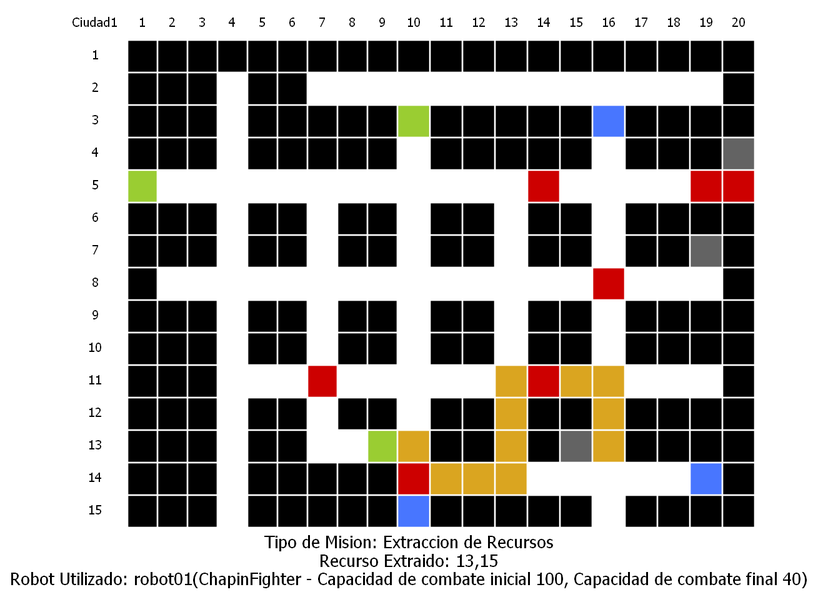
Before: MapasOperados/MisionExtracciondeRecursos_Ciudad1.png, a diagram exported from Graphviz (rodrialeh01/IPC2_Proyecto2_201900042). Its source is kept beside it as MapasOperados/MisionExtracciondeRecursos_Ciudad1.dot. The source it was exported from:
```dot
digraph structs {
	node [shape=plaintext]
	patron [fontname="Roboto Condensed"fontsize="15pt", label=<
<TABLE BORDER="0" CELLBORDER="0" CELLSPACING="2" CELLPADDING="10">
<TR>
    <TD border="0">Ciudad1</TD><TD border="0">1</TD><TD border="0">2</TD><TD border="0">3</TD><TD border="0">4</TD><TD border="0">5</TD><TD border="0">6</TD><TD border="0">7</TD><TD border="0">8</TD><TD border="0">9</TD><TD border="0">10</TD><TD border="0">11</TD><TD border="0">12</TD><TD border="0">13</TD><TD border="0">14</TD><TD border="0">15</TD><TD border="0">16</TD><TD border="0">17</TD><TD border="0">18</TD><TD border="0">19</TD><TD border="0">20</TD>
</TR>
<TR>
        <TD border="0">1</TD>
<TD bgcolor="black">   </TD>
<TD bgcolor="black">   </TD>
<TD bgcolor="black">   </TD>
<TD bgcolor="black">   </TD>
<TD bgcolor="black">   </TD>
<TD bgcolor="black">   </TD>
<TD bgcolor="black">   </TD>
<TD bgcolor="black">   </TD>
<TD bgcolor="black">   </TD>
<TD bgcolor="black">   </TD>
<TD bgcolor="black">   </TD>
<TD bgcolor="black">   </TD>
<TD bgcolor="black">   </TD>
<TD bgcolor="black">   </TD>
<TD bgcolor="black">   </TD>
<TD bgcolor="black">   </TD>
<TD bgcolor="black">   </TD>
<TD bgcolor="black">   </TD>
<TD bgcolor="black">   </TD>
<TD bgcolor="black">   </TD></TR>
<TR>
        <TD border="0">2</TD>
<TD bgcolor="black">   </TD>
<TD bgcolor="black">   </TD>
<TD bgcolor="black">   </TD>
<TD>   </TD>
<TD bgcolor="black">   </TD>
<TD bgcolor="black">   </TD>
<TD>   </TD>
<TD>   </TD>
<TD>   </TD>
<TD>   </TD>
<TD>   </TD>
<TD>   </TD>
<TD>   </TD>
<TD>   </TD>
<TD>   </TD>
<TD>   </TD>
<TD>   </TD>
<TD>   </TD>
<TD>   </TD>
<TD bgcolor="black">   </TD></TR>
<TR>
        <TD border="0">3</TD>
<TD bgcolor="black">   </TD>
<TD bgcolor="black">   </TD>
<TD bgcolor="black">   </TD>
<TD>   </TD>
<TD bgcolor="black">   </TD>
<TD bgcolor="black">   </TD>
<TD bgcolor="black">   </TD>
<TD bgcolor="black">   </TD>
<TD bgcolor="black">   </TD>
<TD bgcolor="yellowgreen">   </TD>
<TD bgcolor="black">   </TD>
<TD bgcolor="black">   </TD>
<TD bgcolor="black">   </TD>
<TD bgcolor="black">   </TD>
<TD bgcolor="black">   </TD>
<TD bgcolor="royalblue1">   </TD>
<TD bgcolor="black">   </TD>
<TD bgcolor="black">   </TD>
<TD bgcolor="black">   </TD>
<TD bgcolor="black">   </TD></TR>
<TR>
        <TD border="0">4</TD>
<TD bgcolor="black">   </TD>
<TD bgcolor="black">   </TD>
<TD bgcolor="black">   </TD>
<TD>   </TD>
<TD bgcolor="black">   </TD>
<TD bgcolor="black">   </TD>
<TD bgcolor="black">   </TD>
<TD bgcolor="black">   </TD>
<TD bgcolor="black">   </TD>
<TD>   </TD>
<TD bgcolor="black">   </TD>
<TD bgcolor="black">   </TD>
<TD bgcolor="black">   </TD>
<TD bgcolor="black">   </TD>
<TD bgcolor="black">   </TD>
<TD>   </TD>
<TD bgcolor="black">   </TD>
<TD bgcolor="black">   </TD>
<TD bgcolor="black">   </TD>
<TD bgcolor="grey39">   </TD></TR>
<TR>
        <TD border="0">5</TD>
<TD bgcolor="yellowgreen">   </TD>
<TD>   </TD>
<TD>   </TD>
<TD>   </TD>
<TD>   </TD>
<TD>   </TD>
<TD>   </TD>
<TD>   </TD>
<TD>   </TD>
<TD>   </TD>
<TD>   </TD>
<TD>   </TD>
<TD>   </TD>
<TD bgcolor="red3">   </TD>
<TD>   </TD>
<TD>   </TD>
<TD>   </TD>
<TD>   </TD>
<TD bgcolor="red3">   </TD>
<TD bgcolor="red3">   </TD></TR>
<TR>
        <TD border="0">6</TD>
<TD bgcolor="black">   </TD>
<TD bgcolor="black">   </TD>
<TD bgcolor="black">   </TD>
<TD>   </TD>
<TD bgcolor="black">   </TD>
<TD bgcolor="black">   </TD>
<TD>   </TD>
<TD bgcolor="black">   </TD>
<TD bgcolor="black">   </TD>
<TD>   </TD>
<TD bgcolor="black">   </TD>
<TD bgcolor="black">   </TD>
<TD>   </TD>
<TD bgcolor="black">   </TD>
<TD bgcolor="black">   </TD>
<TD>   </TD>
<TD bgcolor="black">   </TD>
<TD bgcolor="black">   </TD>
<TD bgcolor="black">   </TD>
<TD bgcolor="black">   </TD></TR>
<TR>
        <TD border="0">7</TD>
<TD bgcolor="black">   </TD>
<TD bgcolor="black">   </TD>
<TD bgcolor="black">   </TD>
<TD>   </TD>
<TD bgcolor="black">   </TD>
<TD bgcolor="black">   </TD>
<TD>   </TD>
<TD bgcolor="black">   </TD>
<TD bgcolor="black">   </TD>
<TD>   </TD>
<TD bgcolor="black">   </TD>
<TD bgcolor="black">   </TD>
<TD>   </TD>
<TD bgcolor="black">   </TD>
<TD bgcolor="black">   </TD>
<TD>   </TD>
<TD bgcolor="black">   </TD>
<TD bgcolor="black">   </TD>
<TD bgcolor="grey39">   </TD>
<TD bgcolor="black">   </TD></TR>
<TR>
        <TD border="0">8</TD>
<TD bgcolor="black">   </TD>
<TD>   </TD>
<TD>   </TD>
<TD>   </TD>
<TD>   </TD>
<TD>   </TD>
<TD>   </TD>
<TD>   </TD>
<TD>   </TD>
<TD>   </TD>
<TD>   </TD>
<TD>   </TD>
<TD>   </TD>
<TD>   </TD>
<TD>   </TD>
<TD bgcolor="red3">   </TD>
<TD>   </TD>
<TD>   </TD>
<TD>   </TD>
<TD bgcolor="black">   </TD></TR>
<TR>
        <TD border="0">9</TD>
<TD bgcolor="black">   </TD>
<TD bgcolor="black">   </TD>
<TD bgcolor="black">   </TD>
<TD>   </TD>
<TD bgcolor="black">   </TD>
<TD bgcolor="black">   </TD>
<TD>   </TD>
<TD bgcolor="black">   </TD>
<TD bgcolor="black">   </TD>
<TD>   </TD>
<TD bgcolor="black">   </TD>
<TD bgcolor="black">   </TD>
<TD>   </TD>
<TD bgcolor="black">   </TD>
<TD bgcolor="black">   </TD>
<TD>   </TD>
<TD bgcolor="black">   </TD>
<TD bgcolor="black">   </TD>
<TD bgcolor="black">   </TD>
<TD bgcolor="black">   </TD></TR>
<TR>
        <TD border="0">10</TD>
<TD bgcolor="black">   </TD>
<TD bgcolor="black">   </TD>
<TD bgcolor="black">   </TD>
<TD>   </TD>
<TD bgcolor="black">   </TD>
<TD bgcolor="black">   </TD>
<TD>   </TD>
<TD bgcolor="black">   </TD>
<TD bgcolor="black">   </TD>
<TD>   </TD>
<TD bgcolor="black">   </TD>
<TD bgcolor="black">   </TD>
<TD>   </TD>
<TD bgcolor="black">   </TD>
<TD bgcolor="black">   </TD>
<TD>   </TD>
<TD bgcolor="black">   </TD>
<TD bgcolor="black">   </TD>
<TD bgcolor="black">   </TD>
<TD bgcolor="black">   </TD></TR>
<TR>
        <TD border="0">11</TD>
<TD bgcolor="black">   </TD>
<TD bgcolor="black">   </TD>
<TD bgcolor="black">   </TD>
<TD>   </TD>
<TD>   </TD>
<TD>   </TD>
<TD bgcolor="red3">   </TD>
<TD>   </TD>
<TD>   </TD>
<TD>   </TD>
<TD>   </TD>
<TD>   </TD>
<TD bgcolor="goldenrod">   </TD>
<TD bgcolor="red3">   </TD>
<TD bgcolor="goldenrod">   </TD>
<TD bgcolor="goldenrod">   </TD>
<TD>   </TD>
<TD>   </TD>
<TD>   </TD>
<TD bgcolor="black">   </TD></TR>
<TR>
        <TD border="0">12</TD>
<TD bgcolor="black">   </TD>
<TD bgcolor="black">   </TD>
<TD bgcolor="black">   </TD>
<TD>   </TD>
<TD bgcolor="black">   </TD>
<TD bgcolor="black">   </TD>
<TD>   </TD>
<TD bgcolor="black">   </TD>
<TD bgcolor="black">   </TD>
<TD>   </TD>
<TD bgcolor="black">   </TD>
<TD bgcolor="black">   </TD>
<TD bgcolor="goldenrod">   </TD>
<TD bgcolor="black">   </TD>
<TD bgcolor="black">   </TD>
<TD bgcolor="goldenrod">   </TD>
<TD bgcolor="black">   </TD>
<TD bgcolor="black">   </TD>
<TD bgcolor="black">   </TD>
<TD bgcolor="black">   </TD></TR>
<TR>
        <TD border="0">13</TD>
<TD bgcolor="black">   </TD>
<TD bgcolor="black">   </TD>
<TD bgcolor="black">   </TD>
<TD>   </TD>
<TD bgcolor="black">   </TD>
<TD bgcolor="black">   </TD>
<TD>   </TD>
<TD>   </TD>
<TD bgcolor="yellowgreen">   </TD>
<TD bgcolor="goldenrod">   </TD>
<TD bgcolor="black">   </TD>
<TD bgcolor="black">   </TD>
<TD bgcolor="goldenrod">   </TD>
<TD bgcolor="black">   </TD>
<TD bgcolor="grey39">   </TD>
<TD bgcolor="goldenrod">   </TD>
<TD bgcolor="black">   </TD>
<TD bgcolor="black">   </TD>
<TD bgcolor="black">   </TD>
<TD bgcolor="black">   </TD></TR>
<TR>
        <TD border="0">14</TD>
<TD bgcolor="black">   </TD>
<TD bgcolor="black">   </TD>
<TD bgcolor="black">   </TD>
<TD>   </TD>
<TD bgcolor="black">   </TD>
<TD bgcolor="black">   </TD>
<TD bgcolor="black">   </TD>
<TD bgcolor="black">   </TD>
<TD bgcolor="black">   </TD>
<TD bgcolor="red3">   </TD>
<TD bgcolor="goldenrod">   </TD>
<TD bgcolor="goldenrod">   </TD>
<TD bgcolor="goldenrod">   </TD>
<TD>   </TD>
<TD>   </TD>
<TD>   </TD>
<TD>   </TD>
<TD>   </TD>
<TD bgcolor="royalblue1">   </TD>
<TD bgcolor="black">   </TD></TR>
<TR>
        <TD border="0">15</TD>
<TD bgcolor="black">   </TD>
<TD bgcolor="black">   </TD>
<TD bgcolor="black">   </TD>
<TD>   </TD>
<TD bgcolor="black">   </TD>
<TD bgcolor="black">   </TD>
<TD bgcolor="black">   </TD>
<TD bgcolor="black">   </TD>
<TD bgcolor="black">   </TD>
<TD bgcolor="royalblue1">   </TD>
<TD bgcolor="black">   </TD>
<TD bgcolor="black">   </TD>
<TD bgcolor="black">   </TD>
<TD bgcolor="black">   </TD>
<TD bgcolor="black">   </TD>
<TD>   </TD>
<TD bgcolor="black">   </TD>
<TD bgcolor="black">   </TD>
<TD bgcolor="black">   </TD>
<TD bgcolor="black">   </TD></TR></TABLE>>]fontname="Roboto Condensed"fontsize="20pt"label="Tipo de Mision: Extraccion de Recursos\nRecurso Extraido: 13,15\nRobot Utilizado: robot01(ChapinFighter - Capacidad de combate inicial 100, Capacidad de combate final 40)"
}
```
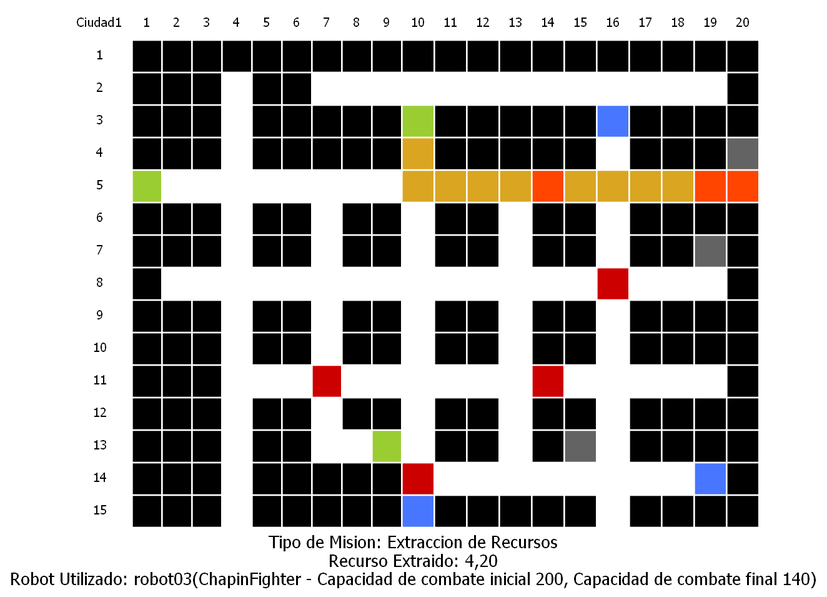
Later version of the same file.

The edit, as a diff of the source:
```diff
@@ -82,7 +82,7 @@
 <TD bgcolor="black">   </TD>
 <TD bgcolor="black">   </TD>
 <TD bgcolor="black">   </TD>
-<TD>   </TD>
+<TD bgcolor="goldenrod">   </TD>
 <TD bgcolor="black">   </TD>
 <TD bgcolor="black">   </TD>
 <TD bgcolor="black">   </TD>
@@ -104,17 +104,17 @@
 <TD>   </TD>
 <TD>   </TD>
 <TD>   </TD>
-<TD>   </TD>
-<TD>   </TD>
-<TD>   </TD>
-<TD>   </TD>
-<TD bgcolor="red3">   </TD>
-<TD>   </TD>
-<TD>   </TD>
-<TD>   </TD>
-<TD>   </TD>
-<TD bgcolor="red3">   </TD>
-<TD bgcolor="red3">   </TD></TR>
+<TD bgcolor="goldenrod">   </TD>
+<TD bgcolor="goldenrod">   </TD>
+<TD bgcolor="goldenrod">   </TD>
+<TD bgcolor="goldenrod">   </TD>
+<TD bgcolor="orangered">   </TD>
+<TD bgcolor="goldenrod">   </TD>
+<TD bgcolor="goldenrod">   </TD>
+<TD bgcolor="goldenrod">   </TD>
+<TD bgcolor="goldenrod">   </TD>
+<TD bgcolor="orangered">   </TD>
+<TD bgcolor="orangered">   </TD></TR>
 <TR>
         <TD border="0">6</TD>
 <TD bgcolor="black">   </TD>
@@ -239,10 +239,10 @@
 <TD>   </TD>
 <TD>   </TD>
 <TD>   </TD>
-<TD bgcolor="goldenrod">   </TD>
+<TD>   </TD>
 <TD bgcolor="red3">   </TD>
-<TD bgcolor="goldenrod">   </TD>
-<TD bgcolor="goldenrod">   </TD>
+<TD>   </TD>
+<TD>   </TD>
 <TD>   </TD>
 <TD>   </TD>
 <TD>   </TD>
@@ -261,10 +261,10 @@
 <TD>   </TD>
 <TD bgcolor="black">   </TD>
 <TD bgcolor="black">   </TD>
-<TD bgcolor="goldenrod">   </TD>
+<TD>   </TD>
 <TD bgcolor="black">   </TD>
 <TD bgcolor="black">   </TD>
-<TD bgcolor="goldenrod">   </TD>
+<TD>   </TD>
 <TD bgcolor="black">   </TD>
 <TD bgcolor="black">   </TD>
 <TD bgcolor="black">   </TD>
@@ -280,13 +280,13 @@
 <TD>   </TD>
 <TD>   </TD>
 <TD bgcolor="yellowgreen">   </TD>
-<TD bgcolor="goldenrod">   </TD>
+<TD>   </TD>
 <TD bgcolor="black">   </TD>
 <TD bgcolor="black">   </TD>
-<TD bgcolor="goldenrod">   </TD>
+<TD>   </TD>
 <TD bgcolor="black">   </TD>
 <TD bgcolor="grey39">   </TD>
-<TD bgcolor="goldenrod">   </TD>
+<TD>   </TD>
 <TD bgcolor="black">   </TD>
 <TD bgcolor="black">   </TD>
 <TD bgcolor="black">   </TD>
@@ -303,9 +303,9 @@
 <TD bgcolor="black">   </TD>
 <TD bgcolor="black">   </TD>
 <TD bgcolor="red3">   </TD>
-<TD bgcolor="goldenrod">   </TD>
-<TD bgcolor="goldenrod">   </TD>
-<TD bgcolor="goldenrod">   </TD>
+<TD>   </TD>
+<TD>   </TD>
+<TD>   </TD>
 <TD>   </TD>
 <TD>   </TD>
 <TD>   </TD>
@@ -334,5 +334,5 @@
 <TD bgcolor="black">   </TD>
 <TD bgcolor="black">   </TD>
 <TD bgcolor="black">   </TD>
-<TD bgcolor="black">   </TD></TR></TABLE>>]fontname="Roboto Condensed"fontsize="20pt"label="Tipo de Mision: Extraccion de Recursos\nRecurso Extraido: 13,15\nRobot Utilizado: robot01(ChapinFighter - Capacidad de combate inicial 100, Capacidad de combate final 40)"
+<TD bgcolor="black">   </TD></TR></TABLE>>]fontname="Roboto Condensed"fontsize="20pt"label="Tipo de Mision: Extraccion de Recursos\nRecurso Extraido: 4,20\nRobot Utilizado: robot03(ChapinFighter - Capacidad de combate inicial 200, Capacidad de combate final 140)"
 }
```
